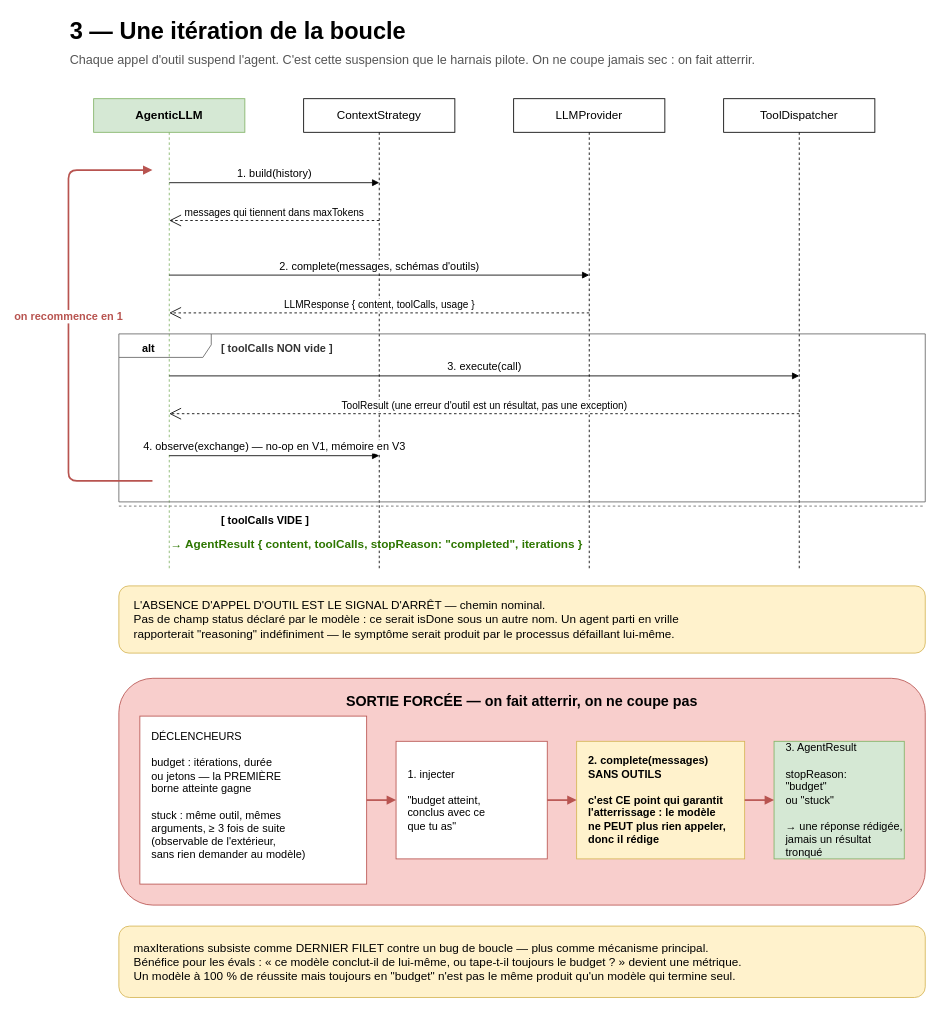
Before: page "3 : Une itération" (3 of 5) of docs/schema/Architecture-agent-core.drawio in A-World-Felt/NATHAN-agent-package, a draw.io diagram. Source tidied: cells renumbered, new cells numbered last; positions are measured from the earlier drawing's top-left corner, leaving out a move shared by most shapes. Both pictures are drawn from the tidied source at 84%, with x=0, y=0 at pixel (68, 14).
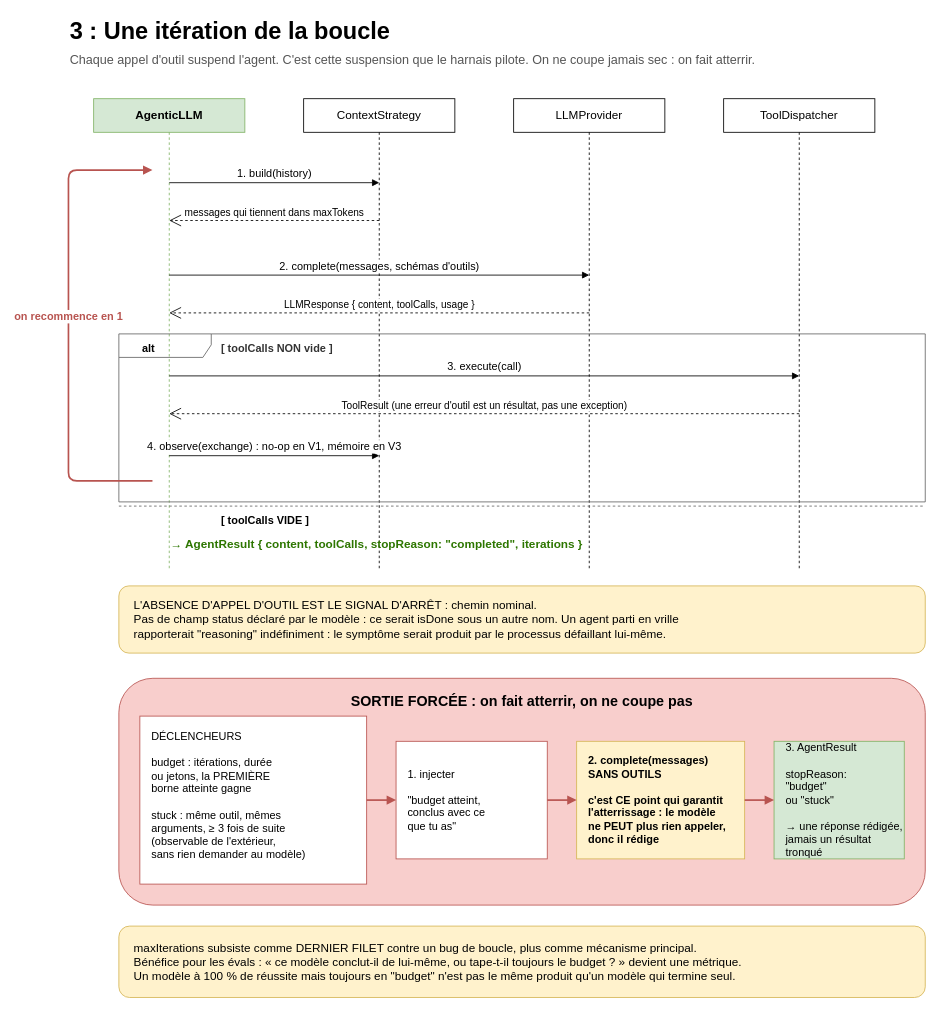
The same diagram, later.

Change to the diagram source:
```diff
@@
-    <mxCell id="2" value="3 — Une itération de la boucle" style="text;html=1;align=left;verticalAlign=middle;fontSize=28;fontStyle=1;" parent="1" vertex="1">
+    <mxCell id="2" value="3 : Une itération de la boucle" style="text;html=1;align=left;verticalAlign=middle;fontSize=28;fontStyle=1;" parent="1" vertex="1">
       <mxGeometry width="600" height="40" as="geometry" />
     </mxCell>
@@
-    <mxCell id="17" value="4. observe(exchange)   — no-op en V1, mémoire en V3" style="html=1;verticalAlign=bottom;endArrow=block;fontSize=13;" parent="1" edge="1">
+    <mxCell id="17" value="4. observe(exchange) : no-op en V1, mémoire en V3" style="html=1;verticalAlign=bottom;endArrow=block;fontSize=13;" parent="1" edge="1">
       <mxGeometry relative="1" as="geometry">
         <mxPoint x="120" y="525" as="sourcePoint" />
         <mxPoint x="370" y="525" as="targetPoint" />
       </mxGeometry>
     </mxCell>
@@
-    <mxCell id="22" value="L'ABSENCE D'APPEL D'OUTIL EST LE SIGNAL D'ARRÊT — chemin nominal.&#10;Pas de champ status déclaré par le modèle : ce serait isDone sous un autre nom. Un agent parti en vrille&#10;rapporterait &quot;reasoning&quot; indéfiniment — le symptôme serait produit par le processus défaillant lui-même." style="rounded=1;whiteSpace=wrap;html=1;fillColor=#fff2cc;strokeColor=#d6b656;align=left;spacingLeft=16;verticalAlign=middle;fontSize=14;" parent="1" vertex="1">
+    <mxCell id="22" value="L'ABSENCE D'APPEL D'OUTIL EST LE SIGNAL D'ARRÊT : chemin nominal.&#10;Pas de champ status déclaré par le modèle : ce serait isDone sous un autre nom. Un agent parti en vrille&#10;rapporterait &quot;reasoning&quot; indéfiniment : le symptôme serait produit par le processus défaillant lui-même." style="rounded=1;whiteSpace=wrap;html=1;fillColor=#fff2cc;strokeColor=#d6b656;align=left;spacingLeft=16;verticalAlign=middle;fontSize=14;" parent="1" vertex="1">
       <mxGeometry x="60" y="680" width="960" height="80" as="geometry" />
     </mxCell>
-    <mxCell id="23" value="SORTIE FORCÉE — on fait atterrir, on ne coupe pas" style="rounded=1;whiteSpace=wrap;html=1;fillColor=#f8cecc;strokeColor=#b85450;fontSize=17;fontStyle=1;verticalAlign=top;spacingTop=12;" parent="1" vertex="1">
+    <mxCell id="23" value="SORTIE FORCÉE : on fait atterrir, on ne coupe pas" style="rounded=1;whiteSpace=wrap;html=1;fillColor=#f8cecc;strokeColor=#b85450;fontSize=17;fontStyle=1;verticalAlign=top;spacingTop=12;" parent="1" vertex="1">
       <mxGeometry x="60" y="790" width="960" height="270" as="geometry" />
     </mxCell>
-    <mxCell id="24" value="DÉCLENCHEURS&#10;&#10;budget : itérations, durée&#10;ou jetons — la PREMIÈRE&#10;borne atteinte gagne&#10;&#10;stuck : même outil, mêmes&#10;arguments, ≥ 3 fois de suite&#10;(observable de l'extérieur,&#10;sans rien demander au modèle)" style="rounded=0;whiteSpace=wrap;html=1;fillColor=#ffffff;strokeColor=#b85450;align=left;spacingLeft=12;verticalAlign=top;spacingTop=10;fontSize=13;" parent="1" vertex="1">
+    <mxCell id="24" value="DÉCLENCHEURS&#10;&#10;budget : itérations, durée&#10;ou jetons, la PREMIÈRE&#10;borne atteinte gagne&#10;&#10;stuck : même outil, mêmes&#10;arguments, ≥ 3 fois de suite&#10;(observable de l'extérieur,&#10;sans rien demander au modèle)" style="rounded=0;whiteSpace=wrap;html=1;fillColor=#ffffff;strokeColor=#b85450;align=left;spacingLeft=12;verticalAlign=top;spacingTop=10;fontSize=13;" parent="1" vertex="1">
       <mxGeometry x="85" y="835" width="270" height="200" as="geometry" />
     </mxCell>
@@
-    <mxCell id="31" value="maxIterations subsiste comme DERNIER FILET contre un bug de boucle — plus comme mécanisme principal.&#10;Bénéfice pour les évals : « ce modèle conclut-il de lui-même, ou tape-t-il toujours le budget ? » devient une métrique.&#10;Un modèle à 100 % de réussite mais toujours en &quot;budget&quot; n'est pas le même produit qu'un modèle qui termine seul." style="rounded=1;whiteSpace=wrap;html=1;fillColor=#fff2cc;strokeColor=#d6b656;align=left;spacingLeft=16;verticalAlign=middle;fontSize=14;" parent="1" vertex="1">
+    <mxCell id="31" value="maxIterations subsiste comme DERNIER FILET contre un bug de boucle, plus comme mécanisme principal.&#10;Bénéfice pour les évals : « ce modèle conclut-il de lui-même, ou tape-t-il toujours le budget ? » devient une métrique.&#10;Un modèle à 100 % de réussite mais toujours en &quot;budget&quot; n'est pas le même produit qu'un modèle qui termine seul." style="rounded=1;whiteSpace=wrap;html=1;fillColor=#fff2cc;strokeColor=#d6b656;align=left;spacingLeft=16;verticalAlign=middle;fontSize=14;" parent="1" vertex="1">
       <mxGeometry x="60" y="1085" width="960" height="85" as="geometry" />
     </mxCell>
```
